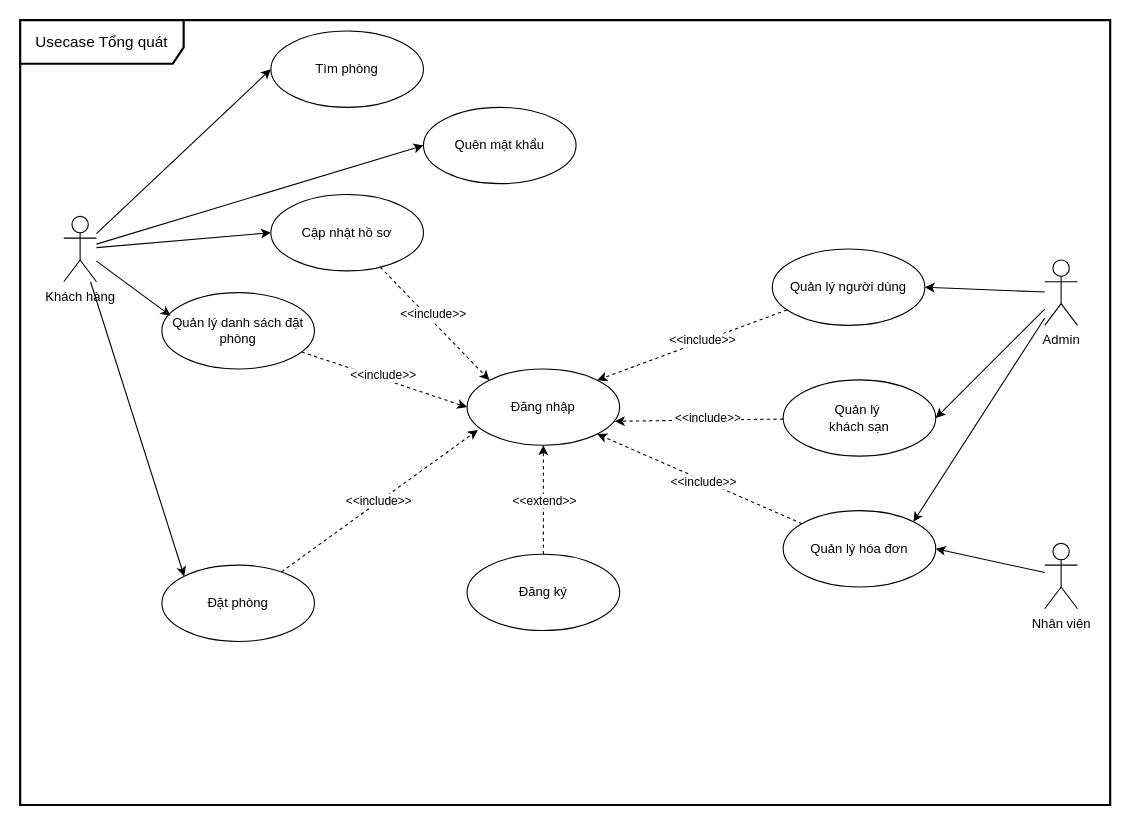
Above: page "UCTQ" (1 of 6) of usecase-diagrams.drawio in KMA-TTCS-Nhom32/documents (draw.io), before the change. Source tidied: cells renumbered, new cells numbered last; positions are measured from the earlier drawing's top-left corner, leaving out a move shared by most shapes. Both pictures are drawn from the tidied source at 109%, with x=0, y=0 at pixel (20, 20).
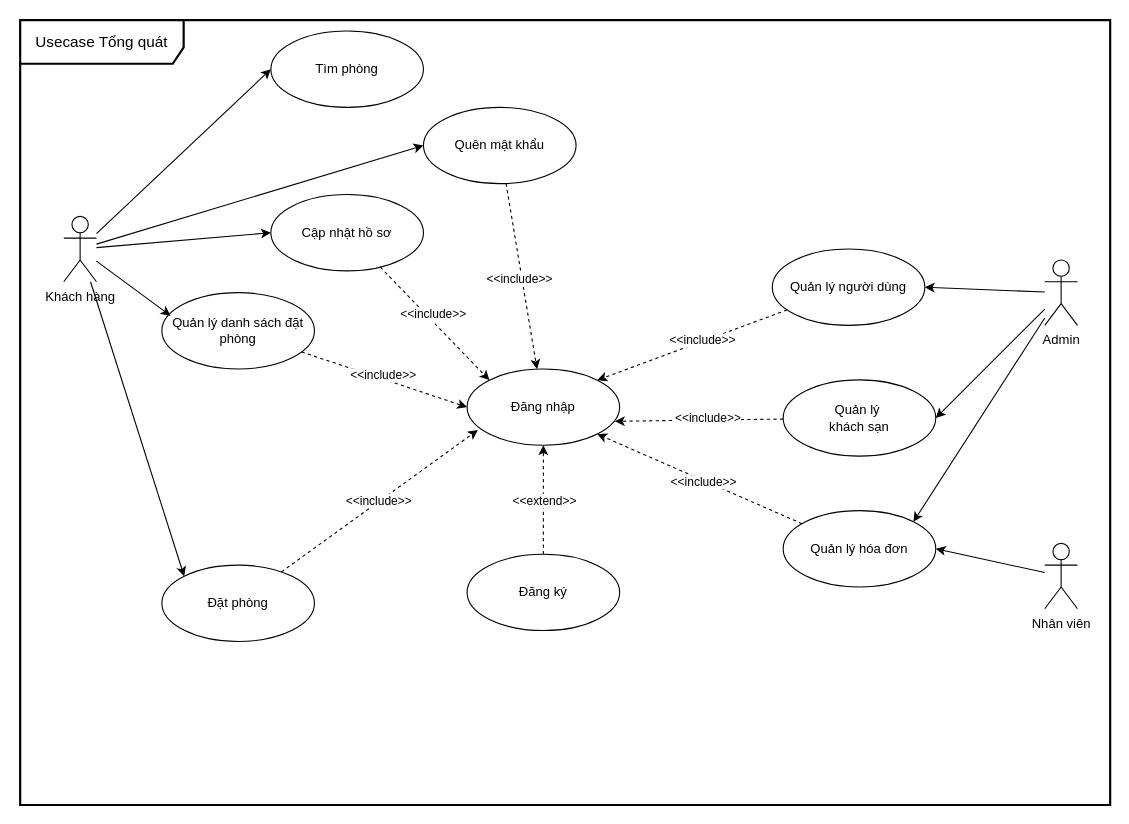
The same page after the edit.

Unchanged cells that the change refers to:
```xml
<mxCell id="8" value="Đăng nhập" style="ellipse;whiteSpace=wrap;html=1;" parent="1" vertex="1">
  <mxGeometry x="410" y="320" width="140" height="70" as="geometry" />
</mxCell>
<mxCell id="32" value="Quên mật khẩu" style="ellipse;whiteSpace=wrap;html=1;" parent="1" vertex="1">
  <mxGeometry x="370" y="80" width="140" height="70" as="geometry" />
</mxCell>
```

The edit, as a diff of the source:
```diff
@@
+    <mxCell id="39" style="rounded=0;jettySize=auto;html=1;dashed=1;" parent="1" edge="1" source="32" target="8">
+      <mxGeometry relative="1" as="geometry" />
+    </mxCell>
+    <mxCell id="40" value="&amp;lt;&amp;lt;include&amp;gt;&amp;gt;" style="edgeLabel;html=1;align=center;verticalAlign=middle;" parent="39" vertex="1">
+      <mxGeometry x="0.02" y="-2" relative="1" as="geometry">
+        <mxPoint x="-1" as="offset" />
+      </mxGeometry>
+    </mxCell>
```
